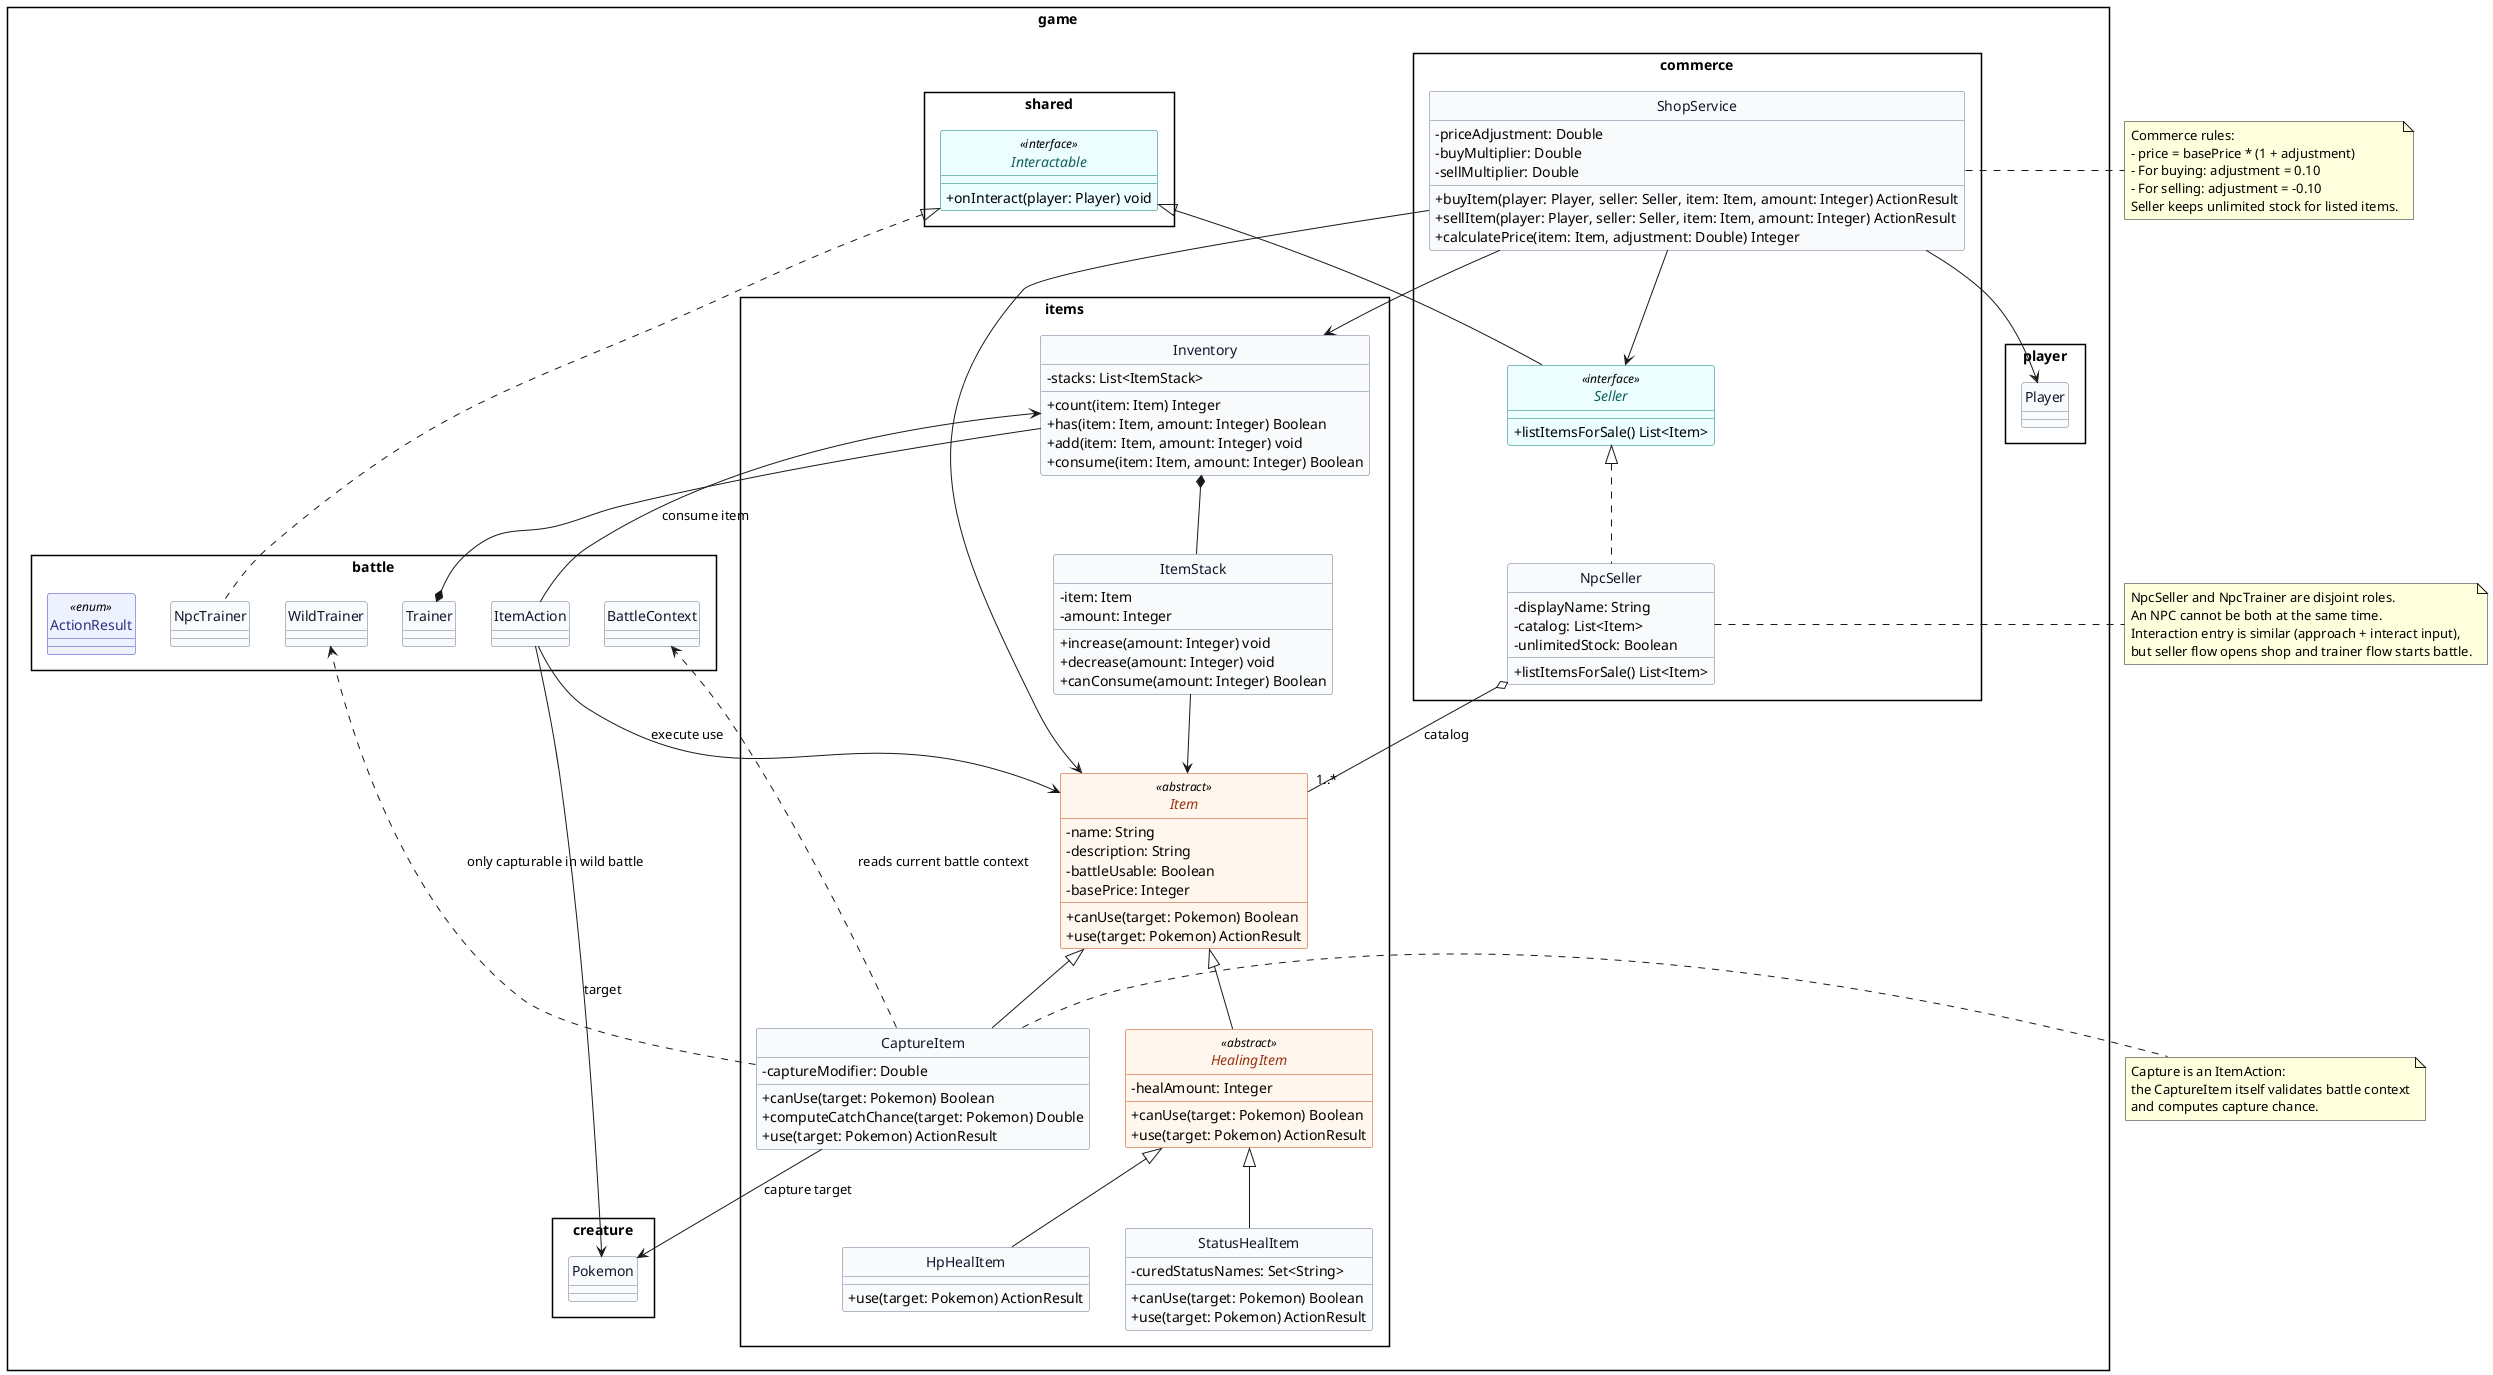
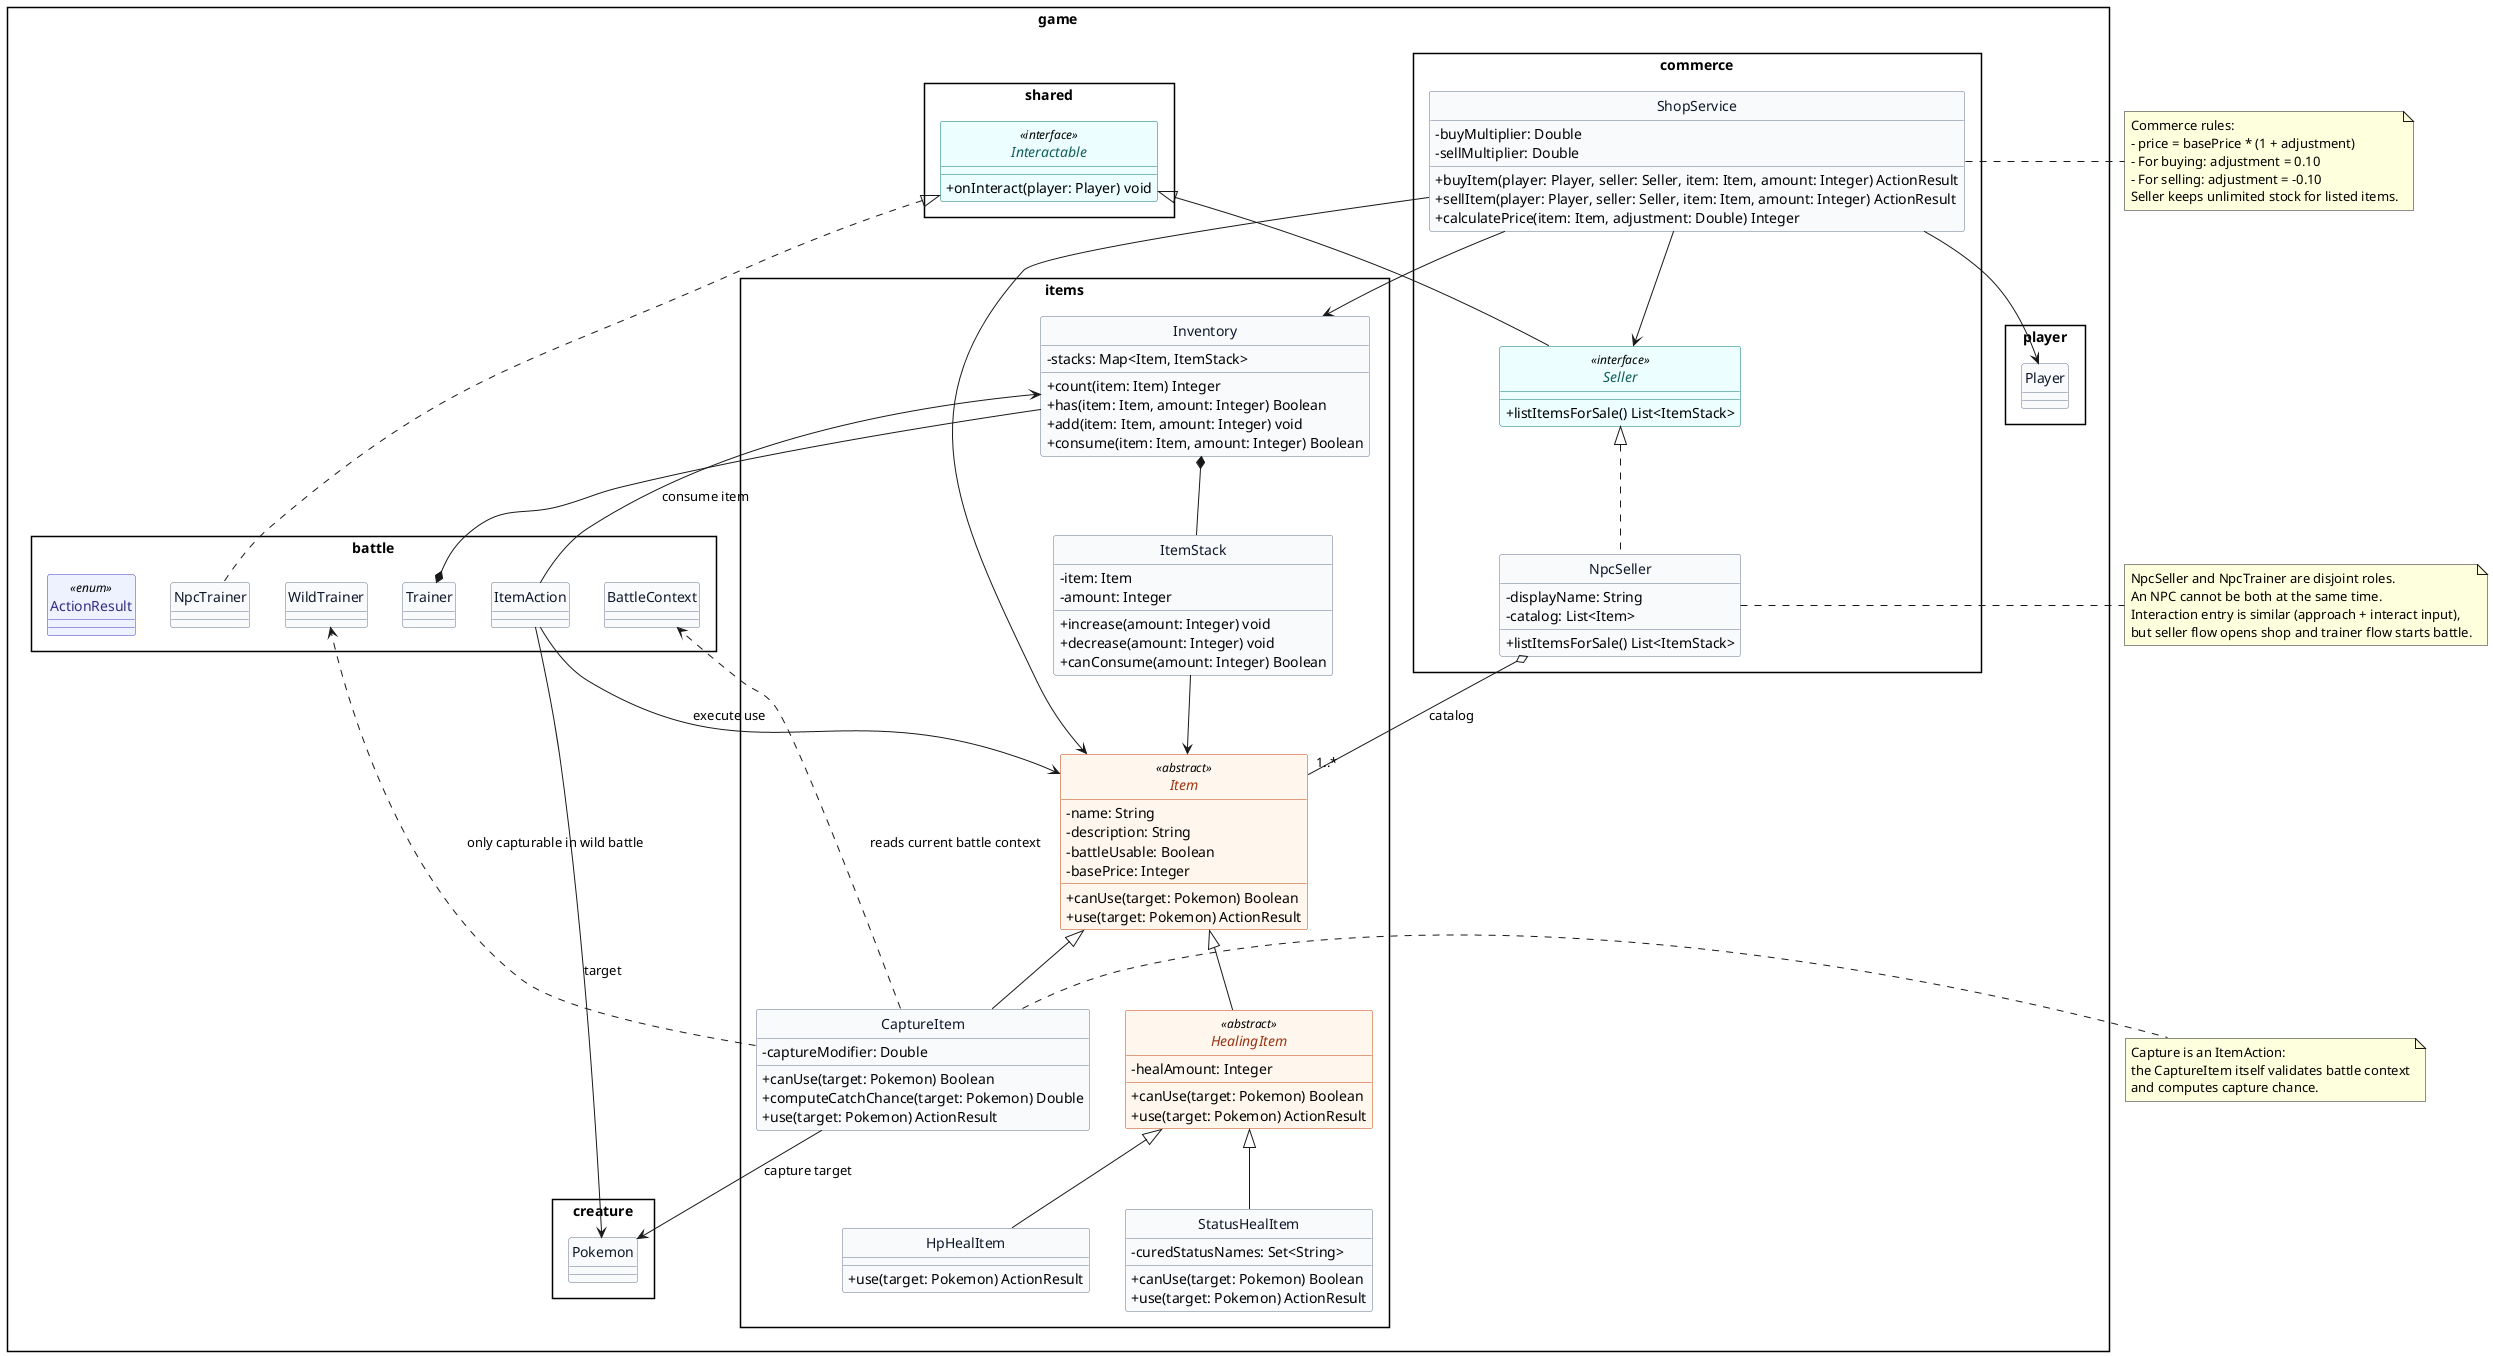
@startuml items_inventory_capture
skinparam style strictuml
skinparam packageStyle rectangle
skinparam shadowing false
skinparam classAttributeIconSize 0

skinparam class {
    BackgroundColor #F8FAFC
    BorderColor #64748B
    FontColor #0F172A
}

skinparam class<<abstract>> {
    BackgroundColor #FFF7ED
    BorderColor #C2410C
    FontColor #9A3412
}

skinparam class<<interface>> {
    BackgroundColor #ECFEFF
    BorderColor #0F766E
    FontColor #115E59
}

skinparam class<<enum>> {
    BackgroundColor #EEF2FF
    BorderColor #4338CA
    FontColor #312E81
}

package "game.items" {
    abstract class Item <<abstract>> #FFF7ED {
        -name: String
        -description: String
        -battleUsable: Boolean
        -basePrice: Integer
        +canUse(target: Pokemon) Boolean
        +use(target: Pokemon) ActionResult
    }

    abstract class HealingItem <<abstract>> #FFF7ED {
        -healAmount: Integer
        +canUse(target: Pokemon) Boolean
        +use(target: Pokemon) ActionResult
    }

    class HpHealItem #F8FAFC {
        +use(target: Pokemon) ActionResult
    }

    class StatusHealItem #F8FAFC {
        -curedStatusNames: Set<String>
        +canUse(target: Pokemon) Boolean
        +use(target: Pokemon) ActionResult
    }

    class CaptureItem #F8FAFC {
        -captureModifier: Double
        +canUse(target: Pokemon) Boolean
        +computeCatchChance(target: Pokemon) Double
        +use(target: Pokemon) ActionResult
    }

    class Inventory #F8FAFC {
-         -stacks: List<ItemStack>
+         -stacks: Map<Item, ItemStack>
        +count(item: Item) Integer
        +has(item: Item, amount: Integer) Boolean
        +add(item: Item, amount: Integer) void
        +consume(item: Item, amount: Integer) Boolean
    }

    class ItemStack #F8FAFC {
        -item: Item
        -amount: Integer
        +increase(amount: Integer) void
        +decrease(amount: Integer) void
        +canConsume(amount: Integer) Boolean
    }
}

package "game.commerce" {
    interface Seller <<interface>> #ECFEFF {
-         +listItemsForSale() List<Item>
+         +listItemsForSale() List<ItemStack>
    }

    class NpcSeller #F8FAFC {
        -displayName: String
        -catalog: List<Item>
-         -unlimitedStock: Boolean
-         +listItemsForSale() List<Item>
+         +listItemsForSale() List<ItemStack>
    }

    class ShopService #F8FAFC {
-         -priceAdjustment: Double
        -buyMultiplier: Double
        -sellMultiplier: Double
        +buyItem(player: Player, seller: Seller, item: Item, amount: Integer) ActionResult
        +sellItem(player: Player, seller: Seller, item: Item, amount: Integer) ActionResult
        +calculatePrice(item: Item, adjustment: Double) Integer
    }
}

package "game.shared" {
    interface Interactable <<interface>> #ECFEFF {
        +onInteract(player: Player) void
    }
}

package "game.battle" {
    class Trainer #F8FAFC
    class WildTrainer #F8FAFC
    class NpcTrainer #F8FAFC
    class BattleContext #F8FAFC
    class ItemAction #F8FAFC
    enum ActionResult <<enum>> #EEF2FF
}

package "game.player" {
    class Player #F8FAFC
}

package "game.creature" {
    class Pokemon #F8FAFC
}

Item <|-- HealingItem
HealingItem <|-- HpHealItem
HealingItem <|-- StatusHealItem
Item <|-- CaptureItem

Inventory *-- ItemStack
ItemStack --> Item
Trainer *-- Inventory

Interactable <|-- Seller
Interactable <|.. NpcTrainer

Seller <|.. NpcSeller
NpcSeller o-- "1..*" Item : catalog
ShopService --> Seller
ShopService --> Item
ShopService --> Inventory
ShopService --> Player

ItemAction --> Inventory : consume item
ItemAction --> Item : execute use
ItemAction --> Pokemon : target
CaptureItem ..> BattleContext : reads current battle context
CaptureItem ..> WildTrainer : only capturable in wild battle
CaptureItem --> Pokemon : capture target

note right of CaptureItem
Capture is an ItemAction:
the CaptureItem itself validates battle context
and computes capture chance.
end note

note right of ShopService
Commerce rules:
- price = basePrice * (1 + adjustment)
- For buying: adjustment = 0.10
- For selling: adjustment = -0.10
Seller keeps unlimited stock for listed items.
end note

note right of NpcSeller
NpcSeller and NpcTrainer are disjoint roles.
An NPC cannot be both at the same time.
Interaction entry is similar (approach + interact input),
but seller flow opens shop and trainer flow starts battle.
end note

@enduml
